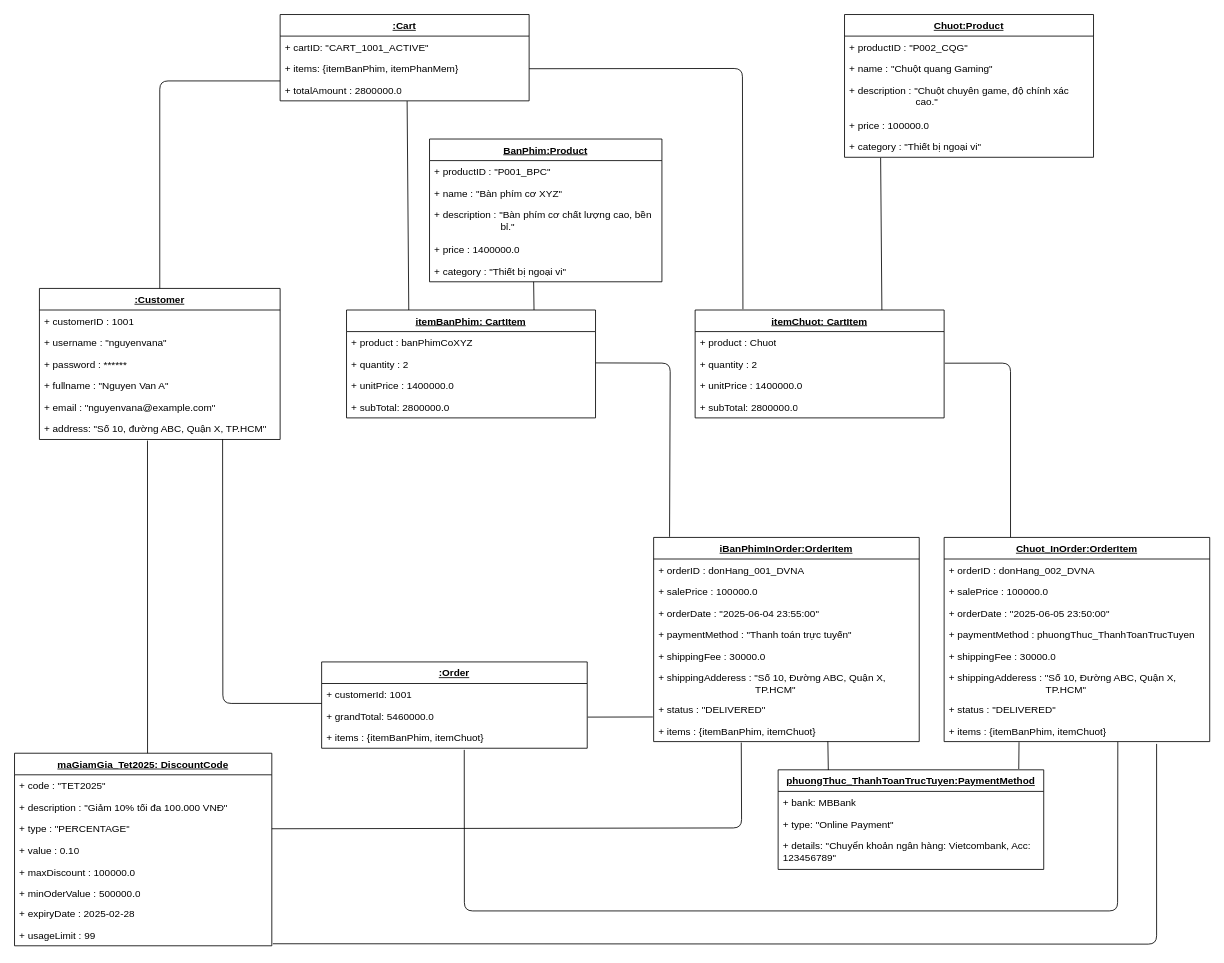
Earlier version of the draw.io diagram Object Diagram/Cart_Checkout.drawio (NguyenThaiDung2003/IT3120Nhom11). Source tidied: cells renumbered, new cells numbered last; positions are measured from the earlier drawing's top-left corner, leaving out a move shared by most shapes. Both pictures are drawn from the tidied source at 83%, with x=0, y=0 at pixel (14, 14).
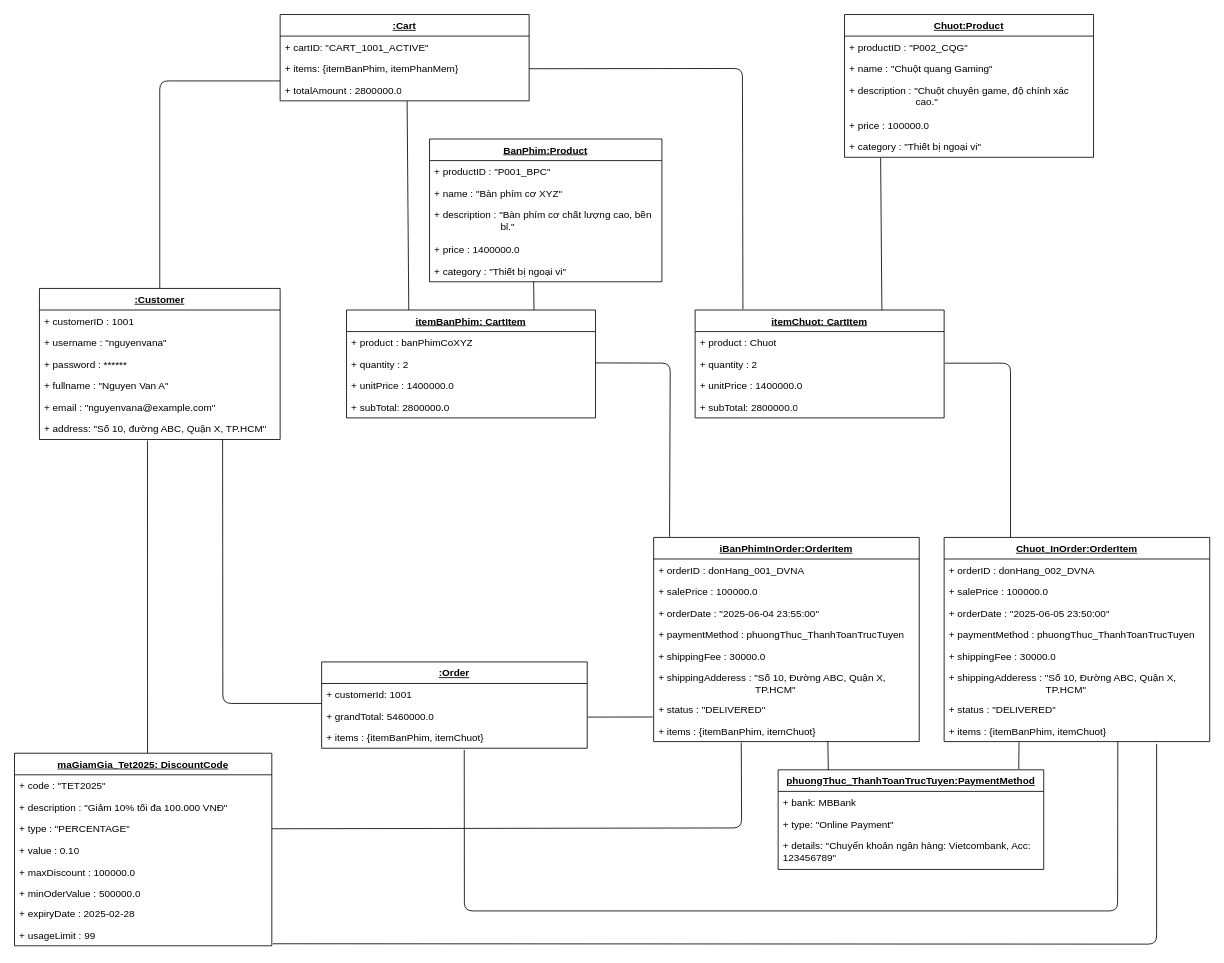
Above is the later version.

Commit message:
Chỉnh sửa phần object của giỏ hàng và thanh toántoán

Unchanged cells that the change refers to:
```xml
<mxCell id="70" value="&lt;u&gt;iBanPhimInOrder:OrderItem&lt;/u&gt;" style="swimlane;fontStyle=1;align=center;verticalAlign=top;horizontal=1;startSize=26;whiteSpace=wrap;html=1;" parent="1" vertex="1">
  <mxGeometry x="770" y="630" width="320" height="246" as="geometry" />
</mxCell>
```

The edit, as a diff of the source:
```diff
@@
-    <mxCell id="74" value="+ paymentMethod : &quot;Thanh toán trực tuyến&quot;" style="text;strokeColor=none;fillColor=none;align=left;verticalAlign=top;spacingLeft=4;spacingRight=4;overflow=hidden;whiteSpace=wrap;html=1;" parent="70" vertex="1">
+    <mxCell id="74" value="&lt;span style=&quot;color: rgb(0, 0, 0);&quot;&gt;+ paymentMethod :&amp;nbsp;phuongThuc_ThanhToanTrucTuyen&lt;/span&gt;" style="text;strokeColor=none;fillColor=none;align=left;verticalAlign=top;spacingLeft=4;spacingRight=4;overflow=hidden;whiteSpace=wrap;html=1;" parent="70" vertex="1">
       <mxGeometry y="104" width="320" height="26" as="geometry" />
     </mxCell>
```
